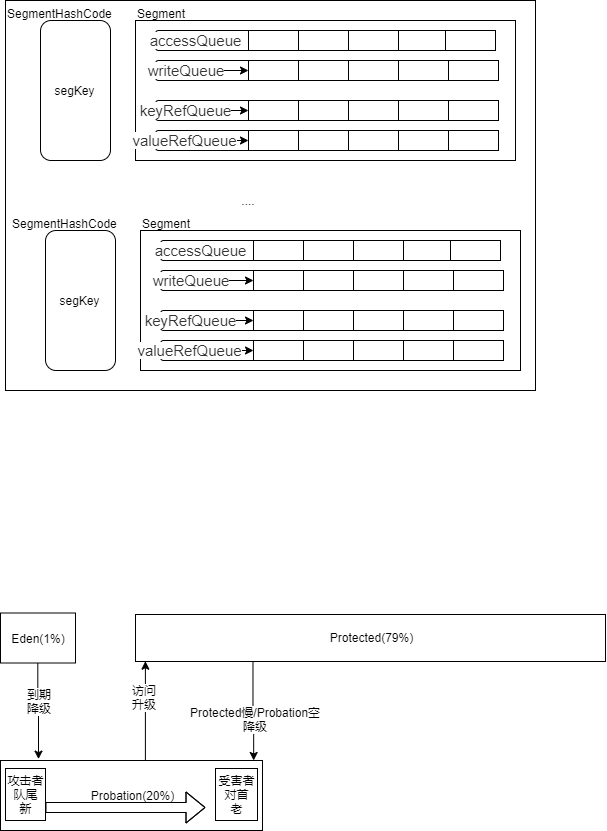
Above: Blog/Caffine_queue_model.png in wangzhenhui1991/MyPic (draw.io), before the change. Source tidied: cells renumbered, new cells last; positions are measured from the earlier drawing's top-left corner, leaving out a move shared by most shapes.
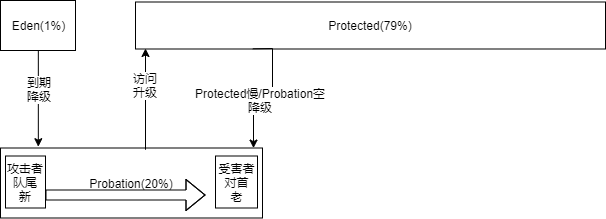
The same file after the commit.

What changed in the source:
```diff
@@ -2,245 +2,12 @@
   <root>
     <mxCell id="0" />
     <mxCell id="1" parent="0" />
-    <mxCell id="2" style="rounded=0;whiteSpace=wrap;html=1;" parent="1" vertex="1">
-      <mxGeometry x="5" width="530" height="390" as="geometry" />
-    </mxCell>
-    <mxCell id="3" value="segKey" style="rounded=1;whiteSpace=wrap;html=1;" parent="1" vertex="1">
-      <mxGeometry x="40" y="20" width="70" height="140" as="geometry" />
-    </mxCell>
-    <mxCell id="4" style="rounded=0;whiteSpace=wrap;html=1;" parent="1" vertex="1">
-      <mxGeometry x="135" y="20" width="380" height="140" as="geometry" />
-    </mxCell>
-    <mxCell id="5" style="rounded=1;whiteSpace=wrap;html=1;" parent="1" vertex="1">
-      <mxGeometry x="155" y="30" width="340" height="20" as="geometry" />
-    </mxCell>
-    <mxCell id="6" value="&lt;span style=&quot;color: rgb(51 , 51 , 51) ; font-family: , , &amp;#34;blinkmacsystemfont&amp;#34; , &amp;#34;helvetica neue&amp;#34; , &amp;#34;pingfang sc&amp;#34; , &amp;#34;hiragino sans gb&amp;#34; , &amp;#34;microsoft yahei&amp;#34; , &amp;#34;arial&amp;#34; , sans-serif ; font-size: 15px ; background-color: rgb(255 , 255 , 255)&quot;&gt;accessQueue&lt;/span&gt;" style="text;html=1;strokeColor=none;fillColor=none;align=center;verticalAlign=middle;whiteSpace=wrap;rounded=0;" parent="1" vertex="1">
-      <mxGeometry x="175" y="30" width="40" height="20" as="geometry" />
-    </mxCell>
-    <mxCell id="7" value="Segment" style="text;html=1;" parent="1" vertex="1">
-      <mxGeometry x="135" width="70" height="30" as="geometry" />
-    </mxCell>
-    <mxCell id="8" value="SegmentHashCode" style="text;html=1;" parent="1" vertex="1">
-      <mxGeometry x="5" width="70" height="30" as="geometry" />
-    </mxCell>
-    <mxCell id="9" style="rounded=0;whiteSpace=wrap;html=1;fillColor=#FFFFFF;" parent="1" vertex="1">
-      <mxGeometry x="248" y="30" width="50" height="20" as="geometry" />
-    </mxCell>
-    <mxCell id="10" style="rounded=0;whiteSpace=wrap;html=1;fillColor=#FFFFFF;" parent="1" vertex="1">
-      <mxGeometry x="298" y="30" width="50" height="20" as="geometry" />
-    </mxCell>
-    <mxCell id="11" style="rounded=0;whiteSpace=wrap;html=1;fillColor=#FFFFFF;" parent="1" vertex="1">
-      <mxGeometry x="348" y="30" width="50" height="20" as="geometry" />
-    </mxCell>
-    <mxCell id="12" style="rounded=0;whiteSpace=wrap;html=1;fillColor=#FFFFFF;" parent="1" vertex="1">
-      <mxGeometry x="445" y="30" width="50" height="20" as="geometry" />
-    </mxCell>
-    <mxCell id="13" style="group;" parent="1" vertex="1">
-      <mxGeometry x="155" y="60" width="343" height="20" as="geometry" />
-    </mxCell>
-    <mxCell id="14" style="rounded=1;whiteSpace=wrap;html=1;" parent="13" vertex="1">
-      <mxGeometry width="340" height="20" as="geometry" />
-    </mxCell>
-    <mxCell id="15" style="edgeStyle=orthogonalEdgeStyle;rounded=0;jettySize=auto;html=1;" parent="13" edge="1" source="16" target="17">
-      <mxGeometry relative="1" as="geometry" />
-    </mxCell>
-    <mxCell id="16" value="&lt;span style=&quot;color: rgb(51 , 51 , 51) ; font-family: , , &amp;#34;blinkmacsystemfont&amp;#34; , &amp;#34;helvetica neue&amp;#34; , &amp;#34;pingfang sc&amp;#34; , &amp;#34;hiragino sans gb&amp;#34; , &amp;#34;microsoft yahei&amp;#34; , &amp;#34;arial&amp;#34; , sans-serif ; font-size: 15px ; background-color: rgb(255 , 255 , 255)&quot;&gt;writeQueue&lt;/span&gt;" style="text;html=1;strokeColor=none;fillColor=none;align=center;verticalAlign=middle;whiteSpace=wrap;rounded=0;" parent="13" vertex="1">
-      <mxGeometry x="10" width="40" height="20" as="geometry" />
-    </mxCell>
-    <mxCell id="17" style="rounded=0;whiteSpace=wrap;html=1;fillColor=#FFFFFF;" parent="13" vertex="1">
-      <mxGeometry x="93" width="50" height="20" as="geometry" />
-    </mxCell>
-    <mxCell id="18" style="rounded=0;whiteSpace=wrap;html=1;fillColor=#FFFFFF;" parent="13" vertex="1">
-      <mxGeometry x="143" width="50" height="20" as="geometry" />
-    </mxCell>
-    <mxCell id="19" style="rounded=0;whiteSpace=wrap;html=1;fillColor=#FFFFFF;" parent="13" vertex="1">
-      <mxGeometry x="193" width="50" height="20" as="geometry" />
-    </mxCell>
-    <mxCell id="20" style="rounded=0;whiteSpace=wrap;html=1;fillColor=#FFFFFF;" parent="13" vertex="1">
-      <mxGeometry x="293" width="50" height="20" as="geometry" />
-    </mxCell>
-    <mxCell id="21" style="group;" parent="1" vertex="1">
-      <mxGeometry x="155" y="100" width="343" height="20" as="geometry" />
-    </mxCell>
-    <mxCell id="22" style="rounded=1;whiteSpace=wrap;html=1;" parent="21" vertex="1">
-      <mxGeometry width="340" height="20" as="geometry" />
-    </mxCell>
-    <mxCell id="23" style="edgeStyle=orthogonalEdgeStyle;rounded=0;jettySize=auto;html=1;" parent="21" edge="1" source="24" target="25">
-      <mxGeometry relative="1" as="geometry" />
-    </mxCell>
-    <mxCell id="24" value="&lt;span style=&quot;color: rgb(51 , 51 , 51) ; font-family: , , &amp;#34;blinkmacsystemfont&amp;#34; , &amp;#34;helvetica neue&amp;#34; , &amp;#34;pingfang sc&amp;#34; , &amp;#34;hiragino sans gb&amp;#34; , &amp;#34;microsoft yahei&amp;#34; , &amp;#34;arial&amp;#34; , sans-serif ; font-size: 15px ; background-color: rgb(255 , 255 , 255)&quot;&gt;keyRefQueue&lt;/span&gt;" style="text;html=1;strokeColor=none;fillColor=none;align=center;verticalAlign=middle;whiteSpace=wrap;rounded=0;" parent="21" vertex="1">
-      <mxGeometry x="10" width="40" height="20" as="geometry" />
-    </mxCell>
-    <mxCell id="25" style="rounded=0;whiteSpace=wrap;html=1;fillColor=#FFFFFF;" parent="21" vertex="1">
-      <mxGeometry x="93" width="50" height="20" as="geometry" />
-    </mxCell>
-    <mxCell id="26" style="rounded=0;whiteSpace=wrap;html=1;fillColor=#FFFFFF;" parent="21" vertex="1">
-      <mxGeometry x="143" width="50" height="20" as="geometry" />
-    </mxCell>
-    <mxCell id="27" style="rounded=0;whiteSpace=wrap;html=1;fillColor=#FFFFFF;" parent="21" vertex="1">
-      <mxGeometry x="193" width="50" height="20" as="geometry" />
-    </mxCell>
-    <mxCell id="28" style="rounded=0;whiteSpace=wrap;html=1;fillColor=#FFFFFF;" parent="21" vertex="1">
-      <mxGeometry x="293" width="50" height="20" as="geometry" />
-    </mxCell>
-    <mxCell id="29" style="group;" parent="1" vertex="1">
-      <mxGeometry x="155" y="130" width="343" height="20" as="geometry" />
-    </mxCell>
-    <mxCell id="30" style="rounded=1;whiteSpace=wrap;html=1;" parent="29" vertex="1">
-      <mxGeometry width="340" height="20" as="geometry" />
-    </mxCell>
-    <mxCell id="31" style="edgeStyle=orthogonalEdgeStyle;rounded=0;jettySize=auto;html=1;" parent="29" edge="1" source="32" target="33">
-      <mxGeometry relative="1" as="geometry" />
-    </mxCell>
-    <mxCell id="32" value="&lt;span style=&quot;color: rgb(51 , 51 , 51) ; font-family: , , &amp;#34;blinkmacsystemfont&amp;#34; , &amp;#34;helvetica neue&amp;#34; , &amp;#34;pingfang sc&amp;#34; , &amp;#34;hiragino sans gb&amp;#34; , &amp;#34;microsoft yahei&amp;#34; , &amp;#34;arial&amp;#34; , sans-serif ; font-size: 15px ; background-color: rgb(255 , 255 , 255)&quot;&gt;valueRefQueue&lt;/span&gt;" style="text;html=1;strokeColor=none;fillColor=none;align=center;verticalAlign=middle;whiteSpace=wrap;rounded=0;" parent="29" vertex="1">
-      <mxGeometry x="10" width="40" height="20" as="geometry" />
-    </mxCell>
-    <mxCell id="33" style="rounded=0;whiteSpace=wrap;html=1;fillColor=#FFFFFF;" parent="29" vertex="1">
-      <mxGeometry x="93" width="50" height="20" as="geometry" />
-    </mxCell>
-    <mxCell id="34" style="rounded=0;whiteSpace=wrap;html=1;fillColor=#FFFFFF;" parent="29" vertex="1">
-      <mxGeometry x="143" width="50" height="20" as="geometry" />
-    </mxCell>
-    <mxCell id="35" style="rounded=0;whiteSpace=wrap;html=1;fillColor=#FFFFFF;" parent="29" vertex="1">
-      <mxGeometry x="193" width="50" height="20" as="geometry" />
-    </mxCell>
-    <mxCell id="36" style="rounded=0;whiteSpace=wrap;html=1;fillColor=#FFFFFF;" parent="29" vertex="1">
-      <mxGeometry x="293" width="50" height="20" as="geometry" />
-    </mxCell>
-    <mxCell id="37" value="...." style="text;html=1;strokeColor=none;fillColor=none;align=center;verticalAlign=middle;whiteSpace=wrap;rounded=0;" parent="1" vertex="1">
-      <mxGeometry x="228" y="190" width="40" height="20" as="geometry" />
-    </mxCell>
-    <mxCell id="38" value="segKey" style="rounded=1;whiteSpace=wrap;html=1;" parent="1" vertex="1">
-      <mxGeometry x="45" y="230" width="70" height="140" as="geometry" />
-    </mxCell>
-    <mxCell id="39" style="rounded=0;whiteSpace=wrap;html=1;" parent="1" vertex="1">
-      <mxGeometry x="140" y="230" width="380" height="140" as="geometry" />
-    </mxCell>
-    <mxCell id="40" style="rounded=1;whiteSpace=wrap;html=1;" parent="1" vertex="1">
-      <mxGeometry x="160" y="240" width="340" height="20" as="geometry" />
-    </mxCell>
-    <mxCell id="41" value="&lt;span style=&quot;color: rgb(51 , 51 , 51) ; font-family: , , &amp;#34;blinkmacsystemfont&amp;#34; , &amp;#34;helvetica neue&amp;#34; , &amp;#34;pingfang sc&amp;#34; , &amp;#34;hiragino sans gb&amp;#34; , &amp;#34;microsoft yahei&amp;#34; , &amp;#34;arial&amp;#34; , sans-serif ; font-size: 15px ; background-color: rgb(255 , 255 , 255)&quot;&gt;accessQueue&lt;/span&gt;" style="text;html=1;strokeColor=none;fillColor=none;align=center;verticalAlign=middle;whiteSpace=wrap;rounded=0;" parent="1" vertex="1">
-      <mxGeometry x="180" y="240" width="40" height="20" as="geometry" />
-    </mxCell>
-    <mxCell id="42" value="Segment" style="text;html=1;" parent="1" vertex="1">
-      <mxGeometry x="140" y="210" width="70" height="30" as="geometry" />
-    </mxCell>
-    <mxCell id="43" value="SegmentHashCode" style="text;html=1;" parent="1" vertex="1">
-      <mxGeometry x="10" y="210" width="70" height="30" as="geometry" />
-    </mxCell>
-    <mxCell id="44" style="rounded=0;whiteSpace=wrap;html=1;fillColor=#FFFFFF;" parent="1" vertex="1">
-      <mxGeometry x="253" y="240" width="50" height="20" as="geometry" />
-    </mxCell>
-    <mxCell id="45" style="rounded=0;whiteSpace=wrap;html=1;fillColor=#FFFFFF;" parent="1" vertex="1">
-      <mxGeometry x="303" y="240" width="50" height="20" as="geometry" />
-    </mxCell>
-    <mxCell id="46" style="rounded=0;whiteSpace=wrap;html=1;fillColor=#FFFFFF;" parent="1" vertex="1">
-      <mxGeometry x="353" y="240" width="50" height="20" as="geometry" />
-    </mxCell>
-    <mxCell id="47" style="rounded=0;whiteSpace=wrap;html=1;fillColor=#FFFFFF;" parent="1" vertex="1">
-      <mxGeometry x="450" y="240" width="50" height="20" as="geometry" />
-    </mxCell>
-    <mxCell id="48" style="group;" parent="1" vertex="1">
-      <mxGeometry x="160" y="270" width="343" height="20" as="geometry" />
-    </mxCell>
-    <mxCell id="49" style="rounded=1;whiteSpace=wrap;html=1;" parent="48" vertex="1">
-      <mxGeometry width="340" height="20" as="geometry" />
-    </mxCell>
-    <mxCell id="50" style="edgeStyle=orthogonalEdgeStyle;rounded=0;jettySize=auto;html=1;" parent="48" edge="1" source="51" target="52">
-      <mxGeometry relative="1" as="geometry" />
-    </mxCell>
-    <mxCell id="51" value="&lt;span style=&quot;color: rgb(51 , 51 , 51) ; font-family: , , &amp;#34;blinkmacsystemfont&amp;#34; , &amp;#34;helvetica neue&amp;#34; , &amp;#34;pingfang sc&amp;#34; , &amp;#34;hiragino sans gb&amp;#34; , &amp;#34;microsoft yahei&amp;#34; , &amp;#34;arial&amp;#34; , sans-serif ; font-size: 15px ; background-color: rgb(255 , 255 , 255)&quot;&gt;writeQueue&lt;/span&gt;" style="text;html=1;strokeColor=none;fillColor=none;align=center;verticalAlign=middle;whiteSpace=wrap;rounded=0;" parent="48" vertex="1">
-      <mxGeometry x="10" width="40" height="20" as="geometry" />
-    </mxCell>
-    <mxCell id="52" style="rounded=0;whiteSpace=wrap;html=1;fillColor=#FFFFFF;" parent="48" vertex="1">
-      <mxGeometry x="93" width="50" height="20" as="geometry" />
-    </mxCell>
-    <mxCell id="53" style="rounded=0;whiteSpace=wrap;html=1;fillColor=#FFFFFF;" parent="48" vertex="1">
-      <mxGeometry x="143" width="50" height="20" as="geometry" />
-    </mxCell>
-    <mxCell id="54" style="rounded=0;whiteSpace=wrap;html=1;fillColor=#FFFFFF;" parent="48" vertex="1">
-      <mxGeometry x="193" width="50" height="20" as="geometry" />
-    </mxCell>
-    <mxCell id="55" style="rounded=0;whiteSpace=wrap;html=1;fillColor=#FFFFFF;" parent="48" vertex="1">
-      <mxGeometry x="293" width="50" height="20" as="geometry" />
-    </mxCell>
-    <mxCell id="56" style="group;" parent="1" vertex="1">
-      <mxGeometry x="160" y="310" width="343" height="20" as="geometry" />
-    </mxCell>
-    <mxCell id="57" style="rounded=1;whiteSpace=wrap;html=1;" parent="56" vertex="1">
-      <mxGeometry width="340" height="20" as="geometry" />
-    </mxCell>
-    <mxCell id="58" style="edgeStyle=orthogonalEdgeStyle;rounded=0;jettySize=auto;html=1;" parent="56" edge="1" source="59" target="60">
-      <mxGeometry relative="1" as="geometry" />
-    </mxCell>
-    <mxCell id="59" value="&lt;span style=&quot;color: rgb(51 , 51 , 51) ; font-family: , , &amp;#34;blinkmacsystemfont&amp;#34; , &amp;#34;helvetica neue&amp;#34; , &amp;#34;pingfang sc&amp;#34; , &amp;#34;hiragino sans gb&amp;#34; , &amp;#34;microsoft yahei&amp;#34; , &amp;#34;arial&amp;#34; , sans-serif ; font-size: 15px ; background-color: rgb(255 , 255 , 255)&quot;&gt;keyRefQueue&lt;/span&gt;" style="text;html=1;strokeColor=none;fillColor=none;align=center;verticalAlign=middle;whiteSpace=wrap;rounded=0;" parent="56" vertex="1">
-      <mxGeometry x="10" width="40" height="20" as="geometry" />
-    </mxCell>
-    <mxCell id="60" style="rounded=0;whiteSpace=wrap;html=1;fillColor=#FFFFFF;" parent="56" vertex="1">
-      <mxGeometry x="93" width="50" height="20" as="geometry" />
-    </mxCell>
-    <mxCell id="61" style="rounded=0;whiteSpace=wrap;html=1;fillColor=#FFFFFF;" parent="56" vertex="1">
-      <mxGeometry x="143" width="50" height="20" as="geometry" />
-    </mxCell>
-    <mxCell id="62" style="rounded=0;whiteSpace=wrap;html=1;fillColor=#FFFFFF;" parent="56" vertex="1">
-      <mxGeometry x="193" width="50" height="20" as="geometry" />
-    </mxCell>
-    <mxCell id="63" style="rounded=0;whiteSpace=wrap;html=1;fillColor=#FFFFFF;" parent="56" vertex="1">
-      <mxGeometry x="293" width="50" height="20" as="geometry" />
-    </mxCell>
-    <mxCell id="64" style="group;" parent="1" vertex="1">
-      <mxGeometry x="160" y="340" width="343" height="20" as="geometry" />
-    </mxCell>
-    <mxCell id="65" style="rounded=1;whiteSpace=wrap;html=1;" parent="64" vertex="1">
-      <mxGeometry width="340" height="20" as="geometry" />
-    </mxCell>
-    <mxCell id="66" style="edgeStyle=orthogonalEdgeStyle;rounded=0;jettySize=auto;html=1;" parent="64" edge="1" source="67" target="68">
-      <mxGeometry relative="1" as="geometry" />
-    </mxCell>
-    <mxCell id="67" value="&lt;span style=&quot;color: rgb(51 , 51 , 51) ; font-family: , , &amp;#34;blinkmacsystemfont&amp;#34; , &amp;#34;helvetica neue&amp;#34; , &amp;#34;pingfang sc&amp;#34; , &amp;#34;hiragino sans gb&amp;#34; , &amp;#34;microsoft yahei&amp;#34; , &amp;#34;arial&amp;#34; , sans-serif ; font-size: 15px ; background-color: rgb(255 , 255 , 255)&quot;&gt;valueRefQueue&lt;/span&gt;" style="text;html=1;strokeColor=none;fillColor=none;align=center;verticalAlign=middle;whiteSpace=wrap;rounded=0;" parent="64" vertex="1">
-      <mxGeometry x="10" width="40" height="20" as="geometry" />
-    </mxCell>
-    <mxCell id="68" style="rounded=0;whiteSpace=wrap;html=1;fillColor=#FFFFFF;" parent="64" vertex="1">
-      <mxGeometry x="93" width="50" height="20" as="geometry" />
-    </mxCell>
-    <mxCell id="69" style="rounded=0;whiteSpace=wrap;html=1;fillColor=#FFFFFF;" parent="64" vertex="1">
-      <mxGeometry x="143" width="50" height="20" as="geometry" />
-    </mxCell>
-    <mxCell id="70" style="rounded=0;whiteSpace=wrap;html=1;fillColor=#FFFFFF;" parent="64" vertex="1">
-      <mxGeometry x="193" width="50" height="20" as="geometry" />
-    </mxCell>
-    <mxCell id="71" style="rounded=0;whiteSpace=wrap;html=1;fillColor=#FFFFFF;" parent="64" vertex="1">
-      <mxGeometry x="293" width="50" height="20" as="geometry" />
-    </mxCell>
-    <mxCell id="72" style="edgeStyle=orthogonalEdgeStyle;rounded=0;jettySize=auto;html=1;exitX=0.25;exitY=1;exitDx=0;exitDy=0;entryX=0.965;entryY=0;entryDx=0;entryDy=0;entryPerimeter=0;" parent="1" edge="1" source="74" target="80">
-      <mxGeometry relative="1" as="geometry" />
-    </mxCell>
-    <mxCell id="73" value="Protected慢/Probation空&lt;br&gt;降级" style="text;html=1;align=center;verticalAlign=middle;labelBackgroundColor=#ffffff;" parent="72" vertex="1">
-      <mxGeometry x="0.18" y="1" relative="1" as="geometry" />
-    </mxCell>
     <mxCell id="74" value="Protected(79%)" style="rounded=0;whiteSpace=wrap;html=1;" parent="1" vertex="1">
       <mxGeometry x="135" y="614" width="470" height="47" as="geometry" />
     </mxCell>
-    <mxCell id="75" style="edgeStyle=orthogonalEdgeStyle;rounded=0;jettySize=auto;html=1;exitX=0.5;exitY=1;exitDx=0;exitDy=0;entryX=0.145;entryY=-0.022;entryDx=0;entryDy=0;entryPerimeter=0;" parent="1" edge="1" source="77" target="80">
-      <mxGeometry relative="1" as="geometry" />
-    </mxCell>
-    <mxCell id="76" value="到期&lt;br&gt;降级" style="text;html=1;align=center;verticalAlign=middle;labelBackgroundColor=#ffffff;" parent="75" vertex="1">
-      <mxGeometry x="-0.21" y="1" relative="1" as="geometry" />
-    </mxCell>
     <mxCell id="77" value="Eden(1%)" style="rounded=0;whiteSpace=wrap;html=1;" parent="1" vertex="1">
       <mxGeometry y="612.5" width="75" height="50" as="geometry" />
     </mxCell>
-    <mxCell id="78" style="edgeStyle=orthogonalEdgeStyle;rounded=0;jettySize=auto;html=1;exitX=0.55;exitY=0.016;exitDx=0;exitDy=0;exitPerimeter=0;" parent="1" edge="1" source="80">
-      <mxGeometry relative="1" as="geometry">
-        <mxPoint x="145" y="661" as="targetPoint" />
-        <Array as="points">
-          <mxPoint x="145" y="761" />
-        </Array>
-      </mxGeometry>
-    </mxCell>
-    <mxCell id="79" value="访问&lt;br&gt;升级" style="text;html=1;align=center;verticalAlign=middle;labelBackgroundColor=#ffffff;" parent="78" vertex="1">
-      <mxGeometry x="0.29" y="1" relative="1" as="geometry" />
-    </mxCell>
     <mxCell id="80" value="Probation(20%)" style="rounded=0;whiteSpace=wrap;html=1;" parent="1" vertex="1">
       <mxGeometry y="760" width="262" height="70" as="geometry" />
     </mxCell>
@@ -250,13 +17,43 @@
     <mxCell id="82" value="攻击者&lt;br&gt;队尾&lt;br&gt;新" style="rounded=0;whiteSpace=wrap;html=1;" parent="1" vertex="1">
       <mxGeometry x="5" y="768" width="40" height="52" as="geometry" />
     </mxCell>
-    <mxCell id="83" style="shape=flexArrow;endArrow=classic;html=1;exitX=1;exitY=0.75;exitDx=0;exitDy=0;" parent="1" edge="1" source="82">
-      <mxGeometry relative="1" as="geometry">
-        <mxPoint x="205" y="807" as="targetPoint" />
-        <Array as="points">
-          <mxPoint x="215" y="807" />
-        </Array>
-      </mxGeometry>
-    </mxCell>
+    <mxCell id="84" style="shape=flexArrow;endArrow=classic;html=1;exitX=1;exitY=0.75;exitDx=0;exitDy=0;" parent="1" edge="1" source="82">
+      <mxGeometry relative="1" as="geometry">
+        <mxPoint x="205" y="807" as="targetPoint" />
+        <Array as="points">
+          <mxPoint x="215" y="807" />
+        </Array>
+      </mxGeometry>
+    </mxCell>
+    <mxCell id="85" style="edgeStyle=orthogonalEdgeStyle;rounded=0;orthogonalLoop=1;jettySize=auto;html=1;exitX=0.25;exitY=1;exitDx=0;exitDy=0;entryX=0.965;entryY=0;entryDx=0;entryDy=0;entryPerimeter=0;" parent="1" edge="1">
+      <mxGeometry relative="1" as="geometry">
+        <mxPoint x="252.3" y="660.8" as="sourcePoint" />
+        <mxPoint x="253" y="760.1" as="targetPoint" />
+      </mxGeometry>
+    </mxCell>
+    <mxCell id="73" value="Protected慢/Probation空&lt;br&gt;降级" style="text;html=1;align=center;verticalAlign=middle;labelBackgroundColor=#ffffff;" parent="85" vertex="1">
+      <mxGeometry x="0.18" y="1" relative="1" as="geometry" />
+    </mxCell>
+    <mxCell id="86" style="edgeStyle=orthogonalEdgeStyle;rounded=0;orthogonalLoop=1;jettySize=auto;html=1;exitX=0.5;exitY=1;exitDx=0;exitDy=0;entryX=0.145;entryY=-0.022;entryDx=0;entryDy=0;entryPerimeter=0;" parent="1" edge="1">
+      <mxGeometry relative="1" as="geometry">
+        <mxPoint x="37.8" y="662.8" as="sourcePoint" />
+        <mxPoint x="37.8" y="758.7" as="targetPoint" />
+      </mxGeometry>
+    </mxCell>
+    <mxCell id="76" value="到期&lt;br&gt;降级" style="text;html=1;align=center;verticalAlign=middle;labelBackgroundColor=#ffffff;" parent="86" vertex="1">
+      <mxGeometry x="-0.21" y="1" relative="1" as="geometry" />
+    </mxCell>
+    <mxCell id="87" style="edgeStyle=orthogonalEdgeStyle;rounded=0;orthogonalLoop=1;jettySize=auto;html=1;exitX=0.55;exitY=0.016;exitDx=0;exitDy=0;exitPerimeter=0;" parent="1" edge="1">
+      <mxGeometry relative="1" as="geometry">
+        <mxPoint x="144.7" y="760.8" as="sourcePoint" />
+        <mxPoint x="144.7" y="660.8" as="targetPoint" />
+        <Array as="points">
+          <mxPoint x="145" y="761" />
+        </Array>
+      </mxGeometry>
+    </mxCell>
+    <mxCell id="79" value="访问&lt;br&gt;升级" style="text;html=1;align=center;verticalAlign=middle;labelBackgroundColor=#ffffff;" parent="87" vertex="1">
+      <mxGeometry x="0.29" y="1" relative="1" as="geometry" />
+    </mxCell>
   </root>
 </mxGraphModel>
```
